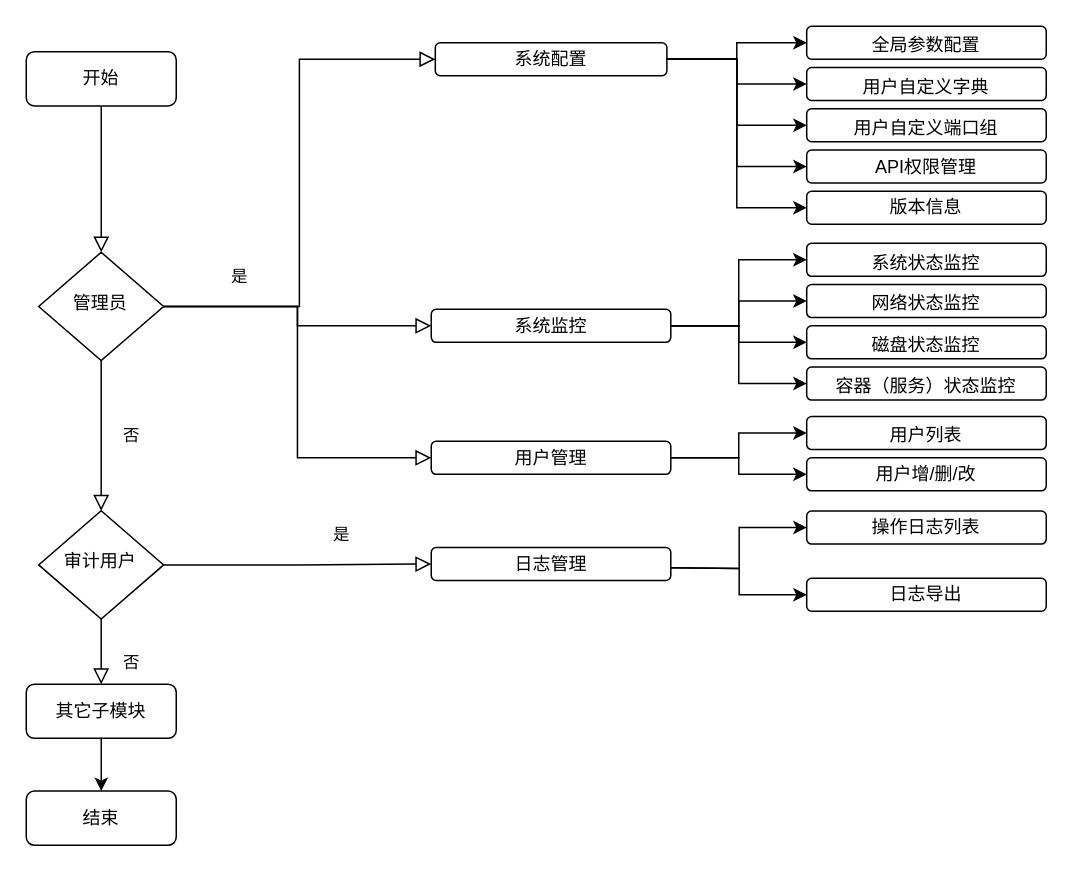
Above: IOT设备渗透与管控训练子系统/系统管理-业务流程.drawio in J0o1h/draw.io (draw.io), before the change. Source tidied: cells renumbered, new cells numbered last; positions are measured from the earlier drawing's top-left corner, leaving out a move shared by most shapes. Both pictures are drawn from the tidied source at 150%, with x=0, y=0 at pixel (26, 26).
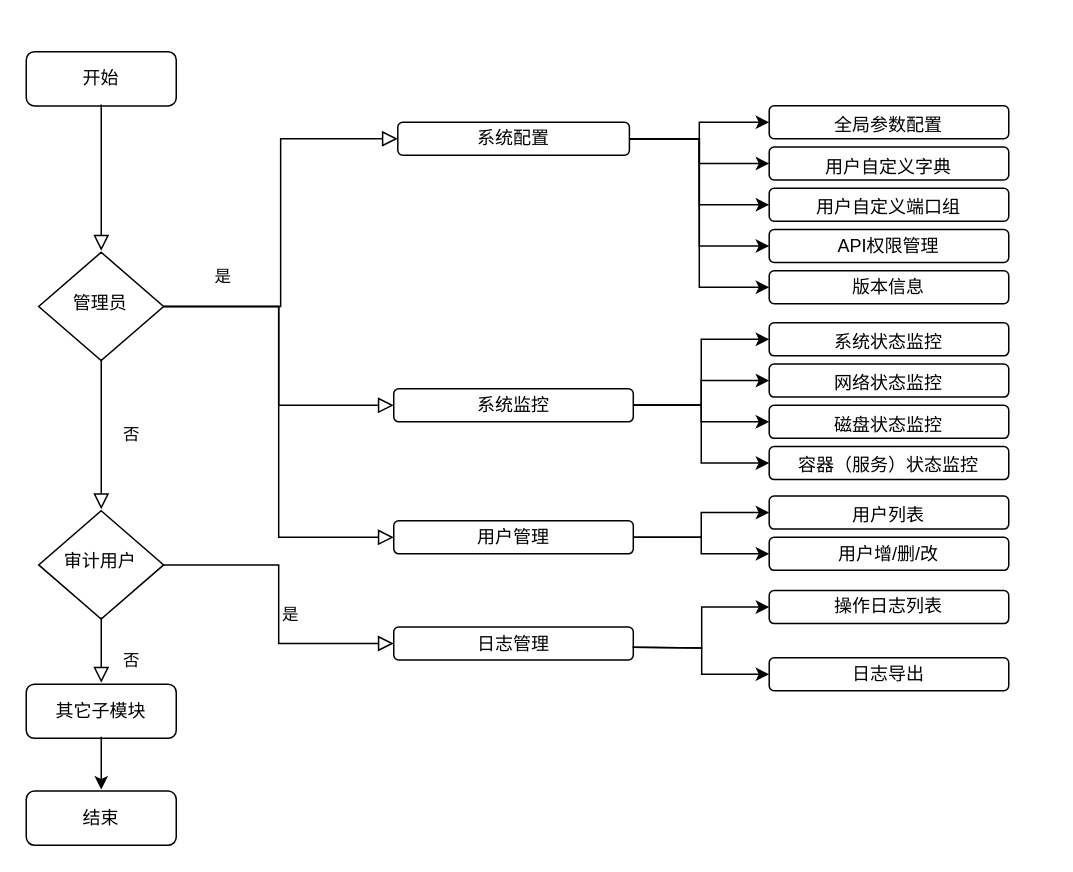
Above is the later version.

Commit message (it also covers changes not shown here):
Update 系统管理-业务流程.drawio

The change refers to these unchanged cells:
```xml
<mxCell id="37" value="开始" style="rounded=1;whiteSpace=wrap;html=1;fontSize=12;glass=0;strokeWidth=1;shadow=0;" parent="1" vertex="1">
  <mxGeometry y="17" width="100" height="36.1" as="geometry" />
</mxCell>
<mxCell id="38" value="管理员" style="rhombus;whiteSpace=wrap;html=1;shadow=0;fontFamily=Helvetica;fontSize=12;align=center;strokeWidth=1;spacing=6;spacingTop=-4;" parent="1" vertex="1">
  <mxGeometry x="8.3" y="150.7" width="83.3" height="72.2" as="geometry" />
</mxCell>
<mxCell id="40" value="审计用户" style="rhombus;whiteSpace=wrap;html=1;shadow=0;fontFamily=Helvetica;fontSize=12;align=center;strokeWidth=1;spacing=6;spacingTop=-4;" parent="1" vertex="1">
  <mxGeometry x="8.3" y="323" width="83.3" height="72.2" as="geometry" />
</mxCell>
<mxCell id="42" value="其它子模块" style="rounded=1;whiteSpace=wrap;html=1;fontSize=12;glass=0;strokeWidth=1;shadow=0;" parent="1" vertex="1">
  <mxGeometry y="438.6" width="100" height="36.1" as="geometry" />
</mxCell>
<mxCell id="44" value="结束" style="rounded=1;whiteSpace=wrap;html=1;fontSize=12;glass=0;strokeWidth=1;shadow=0;" parent="1" vertex="1">
  <mxGeometry y="509.9" width="100" height="36.1" as="geometry" />
</mxCell>
```

Change to the diagram source:
```diff
@@
     <mxCell id="6" style="group;" parent="1" vertex="1">
-      <mxGeometry x="270" y="31" width="410" height="400" as="geometry" />
+      <mxGeometry x="245" y="84" width="410" height="400" as="geometry" />
     </mxCell>
@@
-    <mxCell id="39" style="rounded=0;html=1;jettySize=auto;fontSize=11;endArrow=block;endFill=0;endSize=8;strokeWidth=1;shadow=0;labelBackgroundColor=none;edgeStyle=orthogonalEdgeStyle;" parent="1" edge="1" source="37" target="38">
-      <mxGeometry relative="1" as="geometry" />
+    <mxCell id="39" style="rounded=0;html=1;jettySize=auto;orthogonalLoop=1;fontSize=11;endArrow=block;endFill=0;endSize=8;strokeWidth=1;shadow=0;labelBackgroundColor=none;edgeStyle=orthogonalEdgeStyle;" parent="1" edge="1">
+      <mxGeometry relative="1" as="geometry">
+        <mxPoint x="50" y="52.1" as="sourcePoint" />
+        <mxPoint x="50" y="149.7" as="targetPoint" />
+      </mxGeometry>
     </mxCell>
@@
-    <mxCell id="41" value="否" style="rounded=0;html=1;jettySize=auto;fontSize=11;endArrow=block;endFill=0;endSize=8;strokeWidth=1;shadow=0;labelBackgroundColor=none;edgeStyle=orthogonalEdgeStyle;" parent="1" edge="1" source="38" target="40">
-      <mxGeometry y="20" relative="1" as="geometry" />
+    <mxCell id="41" value="否" style="rounded=0;html=1;jettySize=auto;orthogonalLoop=1;fontSize=11;endArrow=block;endFill=0;endSize=8;strokeWidth=1;shadow=0;labelBackgroundColor=none;edgeStyle=orthogonalEdgeStyle;" parent="1" edge="1">
+      <mxGeometry y="20" relative="1" as="geometry">
+        <mxPoint x="50" y="221.8" as="sourcePoint" />
+        <mxPoint x="50" y="322" as="targetPoint" />
+      </mxGeometry>
     </mxCell>
@@
-    <mxCell id="43" value="否" style="rounded=0;html=1;jettySize=auto;fontSize=11;endArrow=block;endFill=0;endSize=8;strokeWidth=1;shadow=0;labelBackgroundColor=none;edgeStyle=orthogonalEdgeStyle;exitX=0.5;exitY=1;exitDx=0;exitDy=0;" parent="1" edge="1" source="40" target="42">
-      <mxGeometry x="0.33" y="20" relative="1" as="geometry" />
+    <mxCell id="43" value="否" style="rounded=0;html=1;jettySize=auto;orthogonalLoop=1;fontSize=11;endArrow=block;endFill=0;endSize=8;strokeWidth=1;shadow=0;labelBackgroundColor=none;edgeStyle=orthogonalEdgeStyle;exitX=0.5;exitY=1;exitDx=0;exitDy=0;" parent="1" edge="1">
+      <mxGeometry x="0.33" y="20" relative="1" as="geometry">
+        <mxPoint x="50" y="394.2" as="sourcePoint" />
+        <mxPoint x="50" y="437.6" as="targetPoint" />
+      </mxGeometry>
     </mxCell>
@@
-    <mxCell id="45" style="edgeStyle=orthogonalEdgeStyle;rounded=0;jettySize=auto;html=1;entryX=0.5;entryY=0;entryDx=0;entryDy=0;" parent="1" edge="1" source="42" target="44">
-      <mxGeometry relative="1" as="geometry" />
+    <mxCell id="45" style="edgeStyle=orthogonalEdgeStyle;rounded=0;orthogonalLoop=1;jettySize=auto;html=1;entryX=0.5;entryY=0;entryDx=0;entryDy=0;" parent="1" edge="1">
+      <mxGeometry relative="1" as="geometry">
+        <mxPoint x="50" y="473.7" as="sourcePoint" />
+        <mxPoint x="50" y="508.9" as="targetPoint" />
+      </mxGeometry>
     </mxCell>
```
